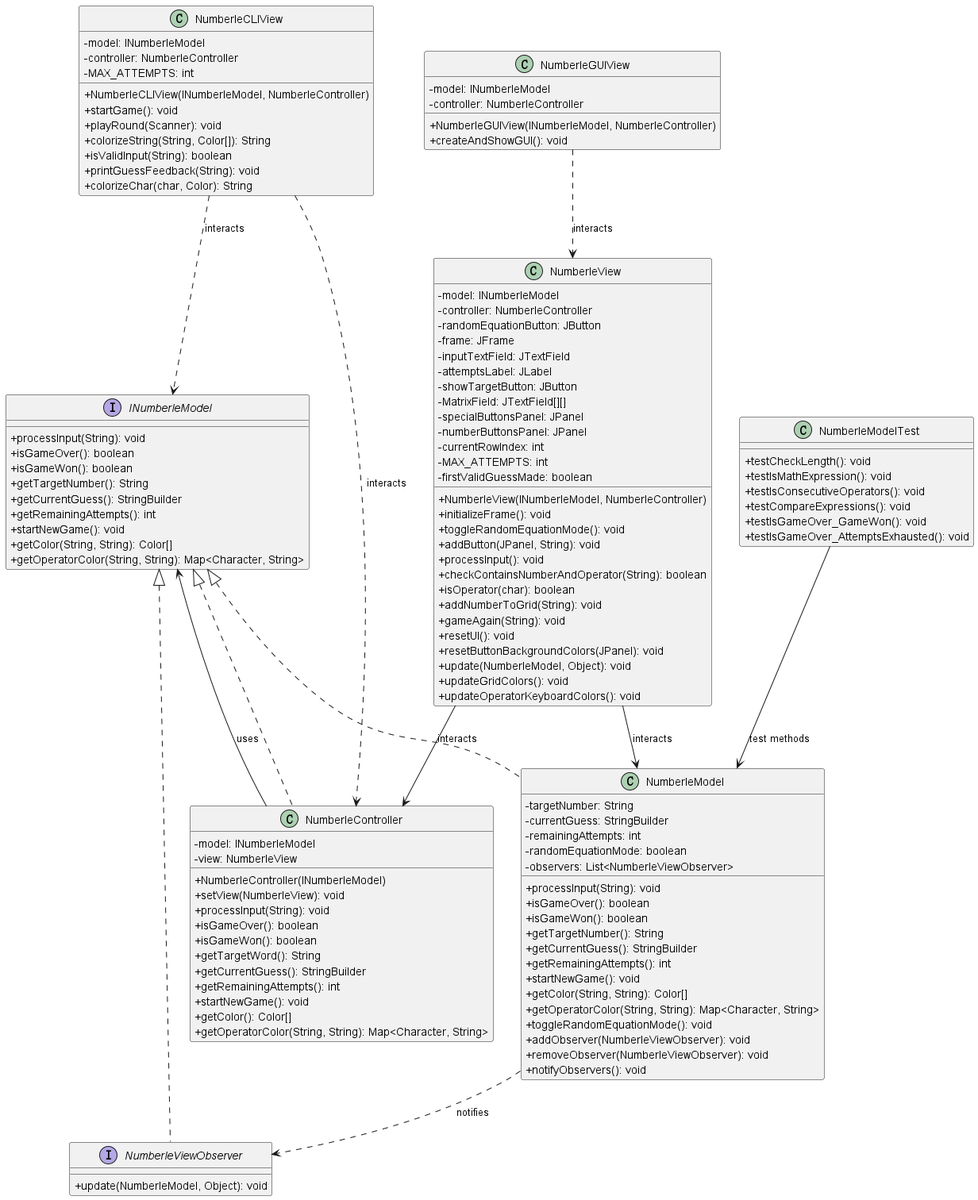
Above: numberle.png in puchenyupeter/code-for-coursework (PlantUML), before the change.
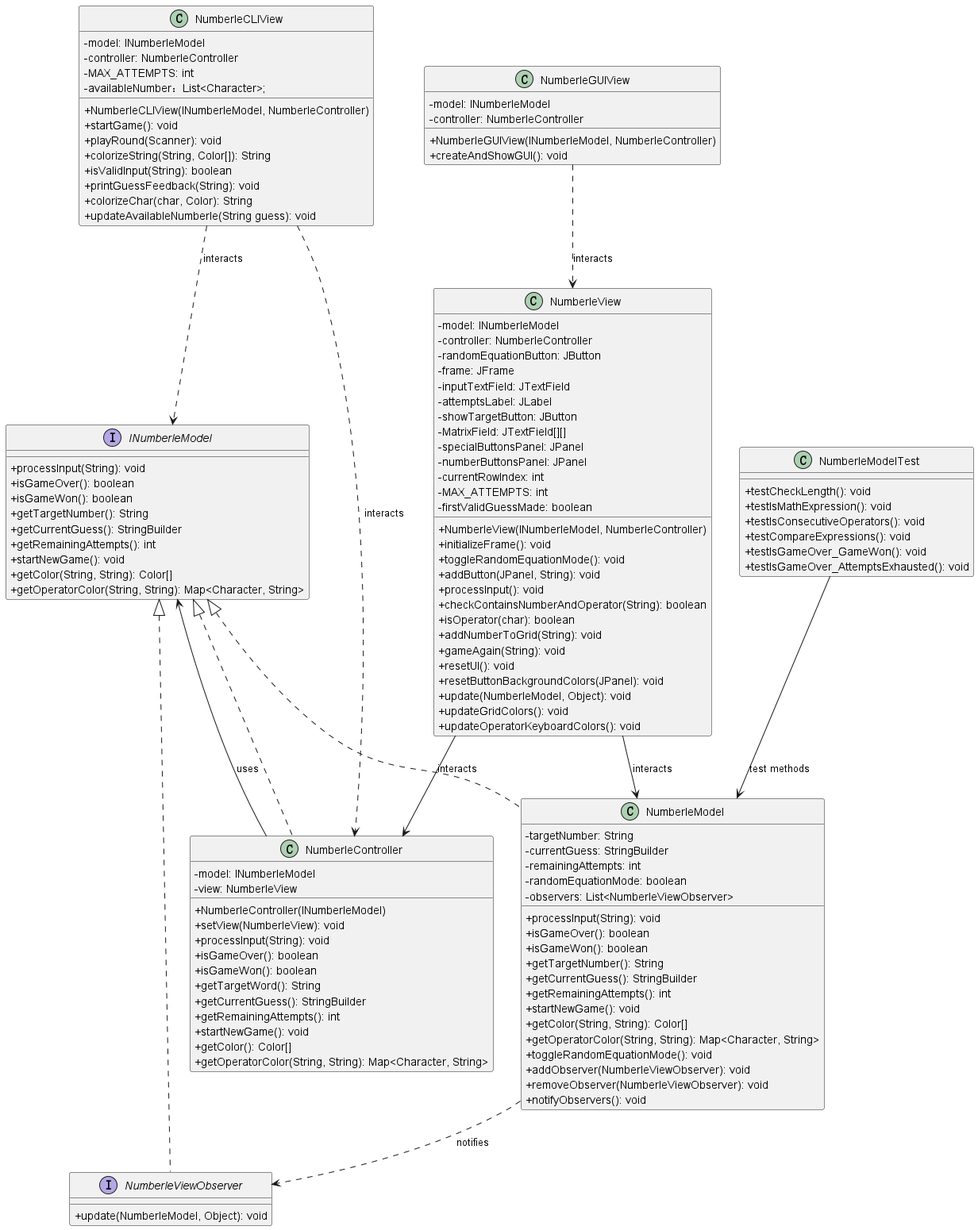
After the change.

What changed in the source:
```diff
@@ -107,6 +107,7 @@
     -model: INumberleModel
     -controller: NumberleController
     -MAX_ATTEMPTS: int
+    -availableNumber：List<Character>;
     +NumberleCLIView(INumberleModel, NumberleController)
     +startGame(): void
     +playRound(Scanner): void
@@ -114,6 +115,7 @@
     +isValidInput(String): boolean
     +printGuessFeedback(String): void
     +colorizeChar(char, Color): String
+    +updateAvailableNumberle(String guess): void
 }
 
 class NumberleGUIView {
```
